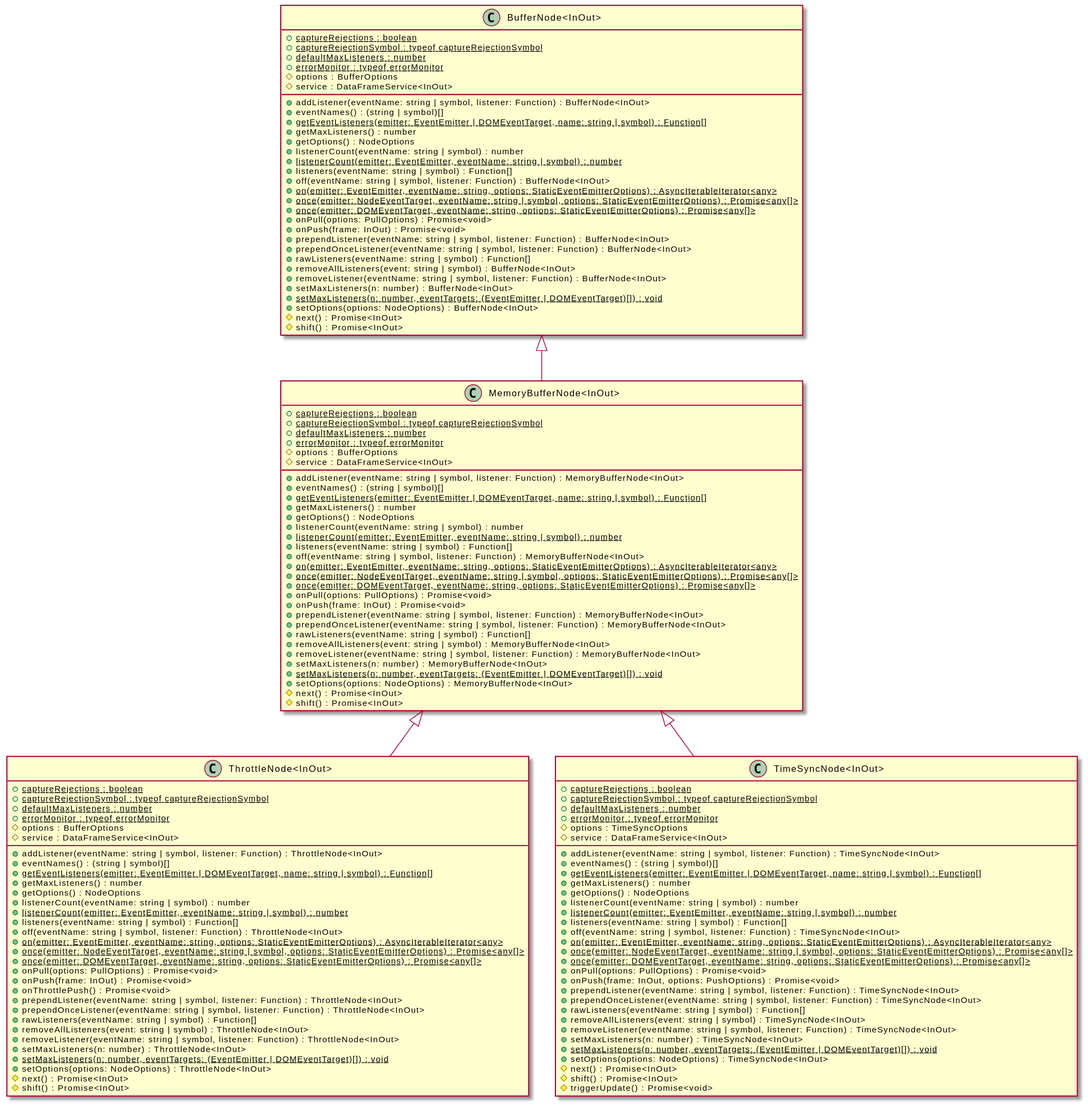
The PlantUML diagram assets/MemoryBufferNode-umlClassDiagram-10327.svg in OpenHPS/openhps-core, before a commit.
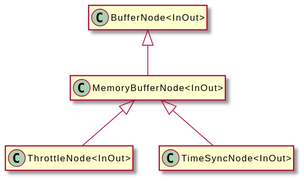
Later version of the same file.

What changed in the source:
```diff
@@ -3,136 +3,14 @@
 hide empty methods
 hide empty fields
 class "MemoryBufferNode<InOut>" {
-    {static} +captureRejections : boolean
-    {static} +captureRejectionSymbol : typeof captureRejectionSymbol
-    {static} +defaultMaxListeners : number
-    {static} +errorMonitor : typeof errorMonitor
-    #options : BufferOptions
-    #service : DataFrameService<InOut>
-    +addListener(eventName: string | symbol, listener: Function) : MemoryBufferNode<InOut>
-    +eventNames() : (string | symbol)[]
-    {static} +getEventListeners(emitter: EventEmitter | DOMEventTarget, name: string | symbol) : Function[]
-    +getMaxListeners() : number
-    +getOptions() : NodeOptions
-    +listenerCount(eventName: string | symbol) : number
-    {static} +listenerCount(emitter: EventEmitter, eventName: string | symbol) : number
-    +listeners(eventName: string | symbol) : Function[]
-    +off(eventName: string | symbol, listener: Function) : MemoryBufferNode<InOut>
-    {static} +on(emitter: EventEmitter, eventName: string, options: StaticEventEmitterOptions) : AsyncIterableIterator<any>
-    {static} +once(emitter: NodeEventTarget, eventName: string | symbol, options: StaticEventEmitterOptions) : Promise<any[]>
-    {static} +once(emitter: DOMEventTarget, eventName: string, options: StaticEventEmitterOptions) : Promise<any[]>
-    +onPull(options: PullOptions) : Promise<void>
-    +onPush(frame: InOut) : Promise<void>
-    +prependListener(eventName: string | symbol, listener: Function) : MemoryBufferNode<InOut>
-    +prependOnceListener(eventName: string | symbol, listener: Function) : MemoryBufferNode<InOut>
-    +rawListeners(eventName: string | symbol) : Function[]
-    +removeAllListeners(event: string | symbol) : MemoryBufferNode<InOut>
-    +removeListener(eventName: string | symbol, listener: Function) : MemoryBufferNode<InOut>
-    +setMaxListeners(n: number) : MemoryBufferNode<InOut>
-    {static} +setMaxListeners(n: number, eventTargets: (EventEmitter | DOMEventTarget)[]) : void
-    +setOptions(options: NodeOptions) : MemoryBufferNode<InOut>
-    #next() : Promise<InOut>
-    #shift() : Promise<InOut>
 }
 class "BufferNode<InOut>" {
-    {static} +captureRejections : boolean
-    {static} +captureRejectionSymbol : typeof captureRejectionSymbol
-    {static} +defaultMaxListeners : number
-    {static} +errorMonitor : typeof errorMonitor
-    #options : BufferOptions
-    #service : DataFrameService<InOut>
-    +addListener(eventName: string | symbol, listener: Function) : BufferNode<InOut>
-    +eventNames() : (string | symbol)[]
-    {static} +getEventListeners(emitter: EventEmitter | DOMEventTarget, name: string | symbol) : Function[]
-    +getMaxListeners() : number
-    +getOptions() : NodeOptions
-    +listenerCount(eventName: string | symbol) : number
-    {static} +listenerCount(emitter: EventEmitter, eventName: string | symbol) : number
-    +listeners(eventName: string | symbol) : Function[]
-    +off(eventName: string | symbol, listener: Function) : BufferNode<InOut>
-    {static} +on(emitter: EventEmitter, eventName: string, options: StaticEventEmitterOptions) : AsyncIterableIterator<any>
-    {static} +once(emitter: NodeEventTarget, eventName: string | symbol, options: StaticEventEmitterOptions) : Promise<any[]>
-    {static} +once(emitter: DOMEventTarget, eventName: string, options: StaticEventEmitterOptions) : Promise<any[]>
-    +onPull(options: PullOptions) : Promise<void>
-    +onPush(frame: InOut) : Promise<void>
-    +prependListener(eventName: string | symbol, listener: Function) : BufferNode<InOut>
-    +prependOnceListener(eventName: string | symbol, listener: Function) : BufferNode<InOut>
-    +rawListeners(eventName: string | symbol) : Function[]
-    +removeAllListeners(event: string | symbol) : BufferNode<InOut>
-    +removeListener(eventName: string | symbol, listener: Function) : BufferNode<InOut>
-    +setMaxListeners(n: number) : BufferNode<InOut>
-    {static} +setMaxListeners(n: number, eventTargets: (EventEmitter | DOMEventTarget)[]) : void
-    +setOptions(options: NodeOptions) : BufferNode<InOut>
-    #next() : Promise<InOut>
-    #shift() : Promise<InOut>
 }
 "BufferNode<InOut>" <|-- "MemoryBufferNode<InOut>"
 class "ThrottleNode<InOut>" {
-    {static} +captureRejections : boolean
-    {static} +captureRejectionSymbol : typeof captureRejectionSymbol
-    {static} +defaultMaxListeners : number
-    {static} +errorMonitor : typeof errorMonitor
-    #options : BufferOptions
-    #service : DataFrameService<InOut>
-    +addListener(eventName: string | symbol, listener: Function) : ThrottleNode<InOut>
-    +eventNames() : (string | symbol)[]
-    {static} +getEventListeners(emitter: EventEmitter | DOMEventTarget, name: string | symbol) : Function[]
-    +getMaxListeners() : number
-    +getOptions() : NodeOptions
-    +listenerCount(eventName: string | symbol) : number
-    {static} +listenerCount(emitter: EventEmitter, eventName: string | symbol) : number
-    +listeners(eventName: string | symbol) : Function[]
-    +off(eventName: string | symbol, listener: Function) : ThrottleNode<InOut>
-    {static} +on(emitter: EventEmitter, eventName: string, options: StaticEventEmitterOptions) : AsyncIterableIterator<any>
-    {static} +once(emitter: NodeEventTarget, eventName: string | symbol, options: StaticEventEmitterOptions) : Promise<any[]>
-    {static} +once(emitter: DOMEventTarget, eventName: string, options: StaticEventEmitterOptions) : Promise<any[]>
-    +onPull(options: PullOptions) : Promise<void>
-    +onPush(frame: InOut) : Promise<void>
-    +onThrottlePush() : Promise<void>
-    +prependListener(eventName: string | symbol, listener: Function) : ThrottleNode<InOut>
-    +prependOnceListener(eventName: string | symbol, listener: Function) : ThrottleNode<InOut>
-    +rawListeners(eventName: string | symbol) : Function[]
-    +removeAllListeners(event: string | symbol) : ThrottleNode<InOut>
-    +removeListener(eventName: string | symbol, listener: Function) : ThrottleNode<InOut>
-    +setMaxListeners(n: number) : ThrottleNode<InOut>
-    {static} +setMaxListeners(n: number, eventTargets: (EventEmitter | DOMEventTarget)[]) : void
-    +setOptions(options: NodeOptions) : ThrottleNode<InOut>
-    #next() : Promise<InOut>
-    #shift() : Promise<InOut>
 }
 "MemoryBufferNode<InOut>" <|-- "ThrottleNode<InOut>"
 class "TimeSyncNode<InOut>" {
-    {static} +captureRejections : boolean
-    {static} +captureRejectionSymbol : typeof captureRejectionSymbol
-    {static} +defaultMaxListeners : number
-    {static} +errorMonitor : typeof errorMonitor
-    #options : TimeSyncOptions
-    #service : DataFrameService<InOut>
-    +addListener(eventName: string | symbol, listener: Function) : TimeSyncNode<InOut>
-    +eventNames() : (string | symbol)[]
-    {static} +getEventListeners(emitter: EventEmitter | DOMEventTarget, name: string | symbol) : Function[]
-    +getMaxListeners() : number
-    +getOptions() : NodeOptions
-    +listenerCount(eventName: string | symbol) : number
-    {static} +listenerCount(emitter: EventEmitter, eventName: string | symbol) : number
-    +listeners(eventName: string | symbol) : Function[]
-    +off(eventName: string | symbol, listener: Function) : TimeSyncNode<InOut>
-    {static} +on(emitter: EventEmitter, eventName: string, options: StaticEventEmitterOptions) : AsyncIterableIterator<any>
-    {static} +once(emitter: NodeEventTarget, eventName: string | symbol, options: StaticEventEmitterOptions) : Promise<any[]>
-    {static} +once(emitter: DOMEventTarget, eventName: string, options: StaticEventEmitterOptions) : Promise<any[]>
-    +onPull(options: PullOptions) : Promise<void>
-    +onPush(frame: InOut, options: PushOptions) : Promise<void>
-    +prependListener(eventName: string | symbol, listener: Function) : TimeSyncNode<InOut>
-    +prependOnceListener(eventName: string | symbol, listener: Function) : TimeSyncNode<InOut>
-    +rawListeners(eventName: string | symbol) : Function[]
-    +removeAllListeners(event: string | symbol) : TimeSyncNode<InOut>
-    +removeListener(eventName: string | symbol, listener: Function) : TimeSyncNode<InOut>
-    +setMaxListeners(n: number) : TimeSyncNode<InOut>
-    {static} +setMaxListeners(n: number, eventTargets: (EventEmitter | DOMEventTarget)[]) : void
-    +setOptions(options: NodeOptions) : TimeSyncNode<InOut>
-    #next() : Promise<InOut>
-    #shift() : Promise<InOut>
-    #triggerUpdate() : Promise<void>
 }
 "MemoryBufferNode<InOut>" <|-- "TimeSyncNode<InOut>"
 @enduml
```
